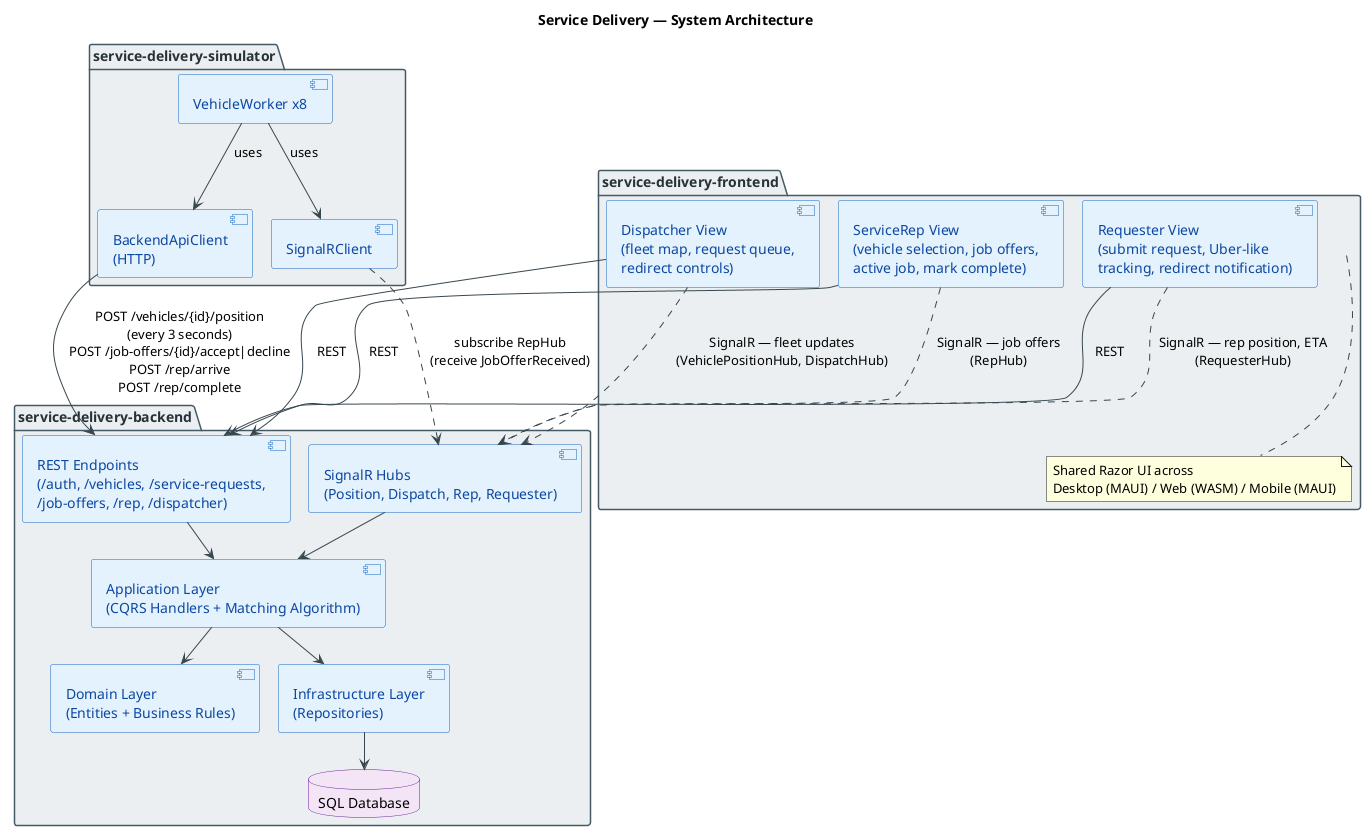
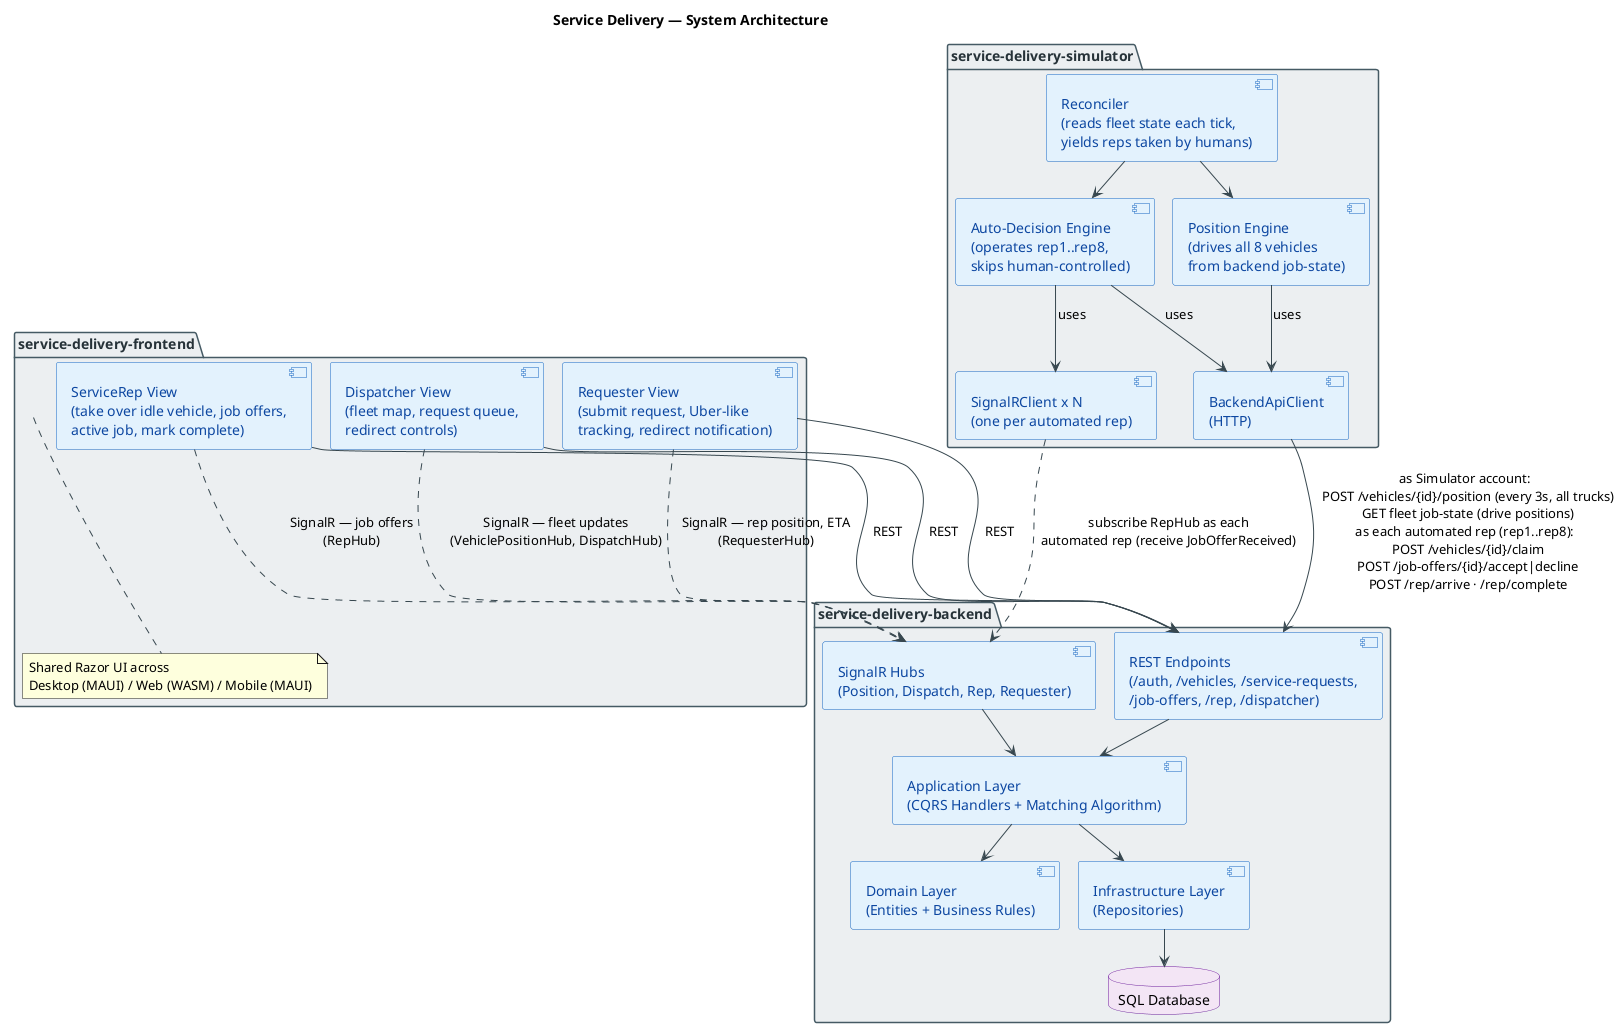
@startuml system-architecture
!pragma layout smetana
title Service Delivery — System Architecture

skinparam package {
    BorderColor #455A64
    BackgroundColor #ECEFF1
    FontColor #263238
    FontStyle bold
}
skinparam component {
    BackgroundColor #E3F2FD
    BorderColor #1565C0
    FontColor #0D47A1
}
skinparam database {
    BackgroundColor #F3E5F5
    BorderColor #6A1B9A
}
skinparam arrow {
    Color #37474F
}

package "service-delivery-simulator" as SimPkg {
-     component "VehicleWorker x8" as Workers
+     component "Position Engine\n(drives all 8 vehicles\nfrom backend job-state)" as PosEngine
+     component "Auto-Decision Engine\n(operates rep1..rep8,\nskips human-controlled)" as DecisionEngine
+     component "Reconciler\n(reads fleet state each tick,\nyields reps taken by humans)" as Reconciler
    component "BackendApiClient\n(HTTP)" as ApiClient
-     component "SignalRClient" as SimSignalR
-     Workers --> ApiClient : uses
-     Workers --> SimSignalR : uses
+     component "SignalRClient x N\n(one per automated rep)" as SimSignalR
+     PosEngine --> ApiClient : uses
+     DecisionEngine --> ApiClient : uses
+     DecisionEngine --> SimSignalR : uses
+     Reconciler --> PosEngine
+     Reconciler --> DecisionEngine
}

package "service-delivery-backend" as BackendPkg {
    component "REST Endpoints\n(/auth, /vehicles, /service-requests,\n/job-offers, /rep, /dispatcher)" as REST
    component "SignalR Hubs\n(Position, Dispatch, Rep, Requester)" as Hubs
    component "Application Layer\n(CQRS Handlers + Matching Algorithm)" as App
    component "Domain Layer\n(Entities + Business Rules)" as Domain
    component "Infrastructure Layer\n(Repositories)" as Infra
    database "SQL Database" as DB

    REST --> App
    Hubs --> App
    App --> Domain
    App --> Infra
    Infra --> DB
}

package "service-delivery-frontend" as FEPkg {
    component "Dispatcher View\n(fleet map, request queue,\nredirect controls)" as DispView
-     component "ServiceRep View\n(vehicle selection, job offers,\nactive job, mark complete)" as RepView
+     component "ServiceRep View\n(take over idle vehicle, job offers,\nactive job, mark complete)" as RepView
    component "Requester View\n(submit request, Uber-like\ntracking, redirect notification)" as ReqView
    note bottom of FEPkg
      Shared Razor UI across
      Desktop (MAUI) / Web (WASM) / Mobile (MAUI)
    end note
}

' Simulator → Backend (REST)
- ApiClient --> REST : POST /vehicles/{id}/position\n(every 3 seconds)\nPOST /job-offers/{id}/accept|decline\nPOST /rep/arrive\nPOST /rep/complete
- SimSignalR ..> Hubs : subscribe RepHub\n(receive JobOfferReceived)
+ ApiClient --> REST : as Simulator account:\n  POST /vehicles/{id}/position (every 3s, all trucks)\n  GET fleet job-state (drive positions)\nas each automated rep (rep1..rep8):\n  POST /vehicles/{id}/claim\n  POST /job-offers/{id}/accept|decline\n  POST /rep/arrive · /rep/complete
+ SimSignalR ..> Hubs : subscribe RepHub as each\nautomated rep (receive JobOfferReceived)

' Frontend → Backend (REST + SignalR)
DispView --> REST : REST
RepView --> REST : REST
ReqView --> REST : REST

DispView ..> Hubs : SignalR — fleet updates\n(VehiclePositionHub, DispatchHub)
RepView ..> Hubs : SignalR — job offers\n(RepHub)
ReqView ..> Hubs : SignalR — rep position, ETA\n(RequesterHub)

@enduml
